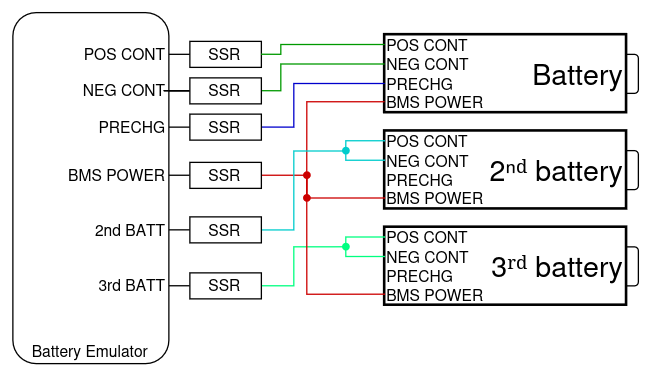
The draw.io diagram be_battery_3x_gpio.png in nagyrobi/files, before a commit. Source tidied: cells renumbered, new cells last; positions are measured from the earlier drawing's top-left corner, leaving out a move shared by most shapes.
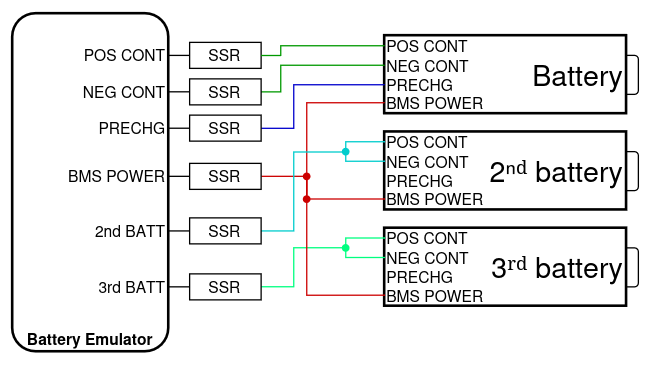
After the change.

Diff of the diagram source:
```diff
@@ -20,8 +20,8 @@
     <mxCell id="7" value="3ʳᵈ battery" style="rounded=0;whiteSpace=wrap;html=1;strokeWidth=2;fontSize=22;fontFamily=Helvetica;align=right;" parent="1" vertex="1">
       <mxGeometry x="286" y="165" width="186" height="60" as="geometry" />
     </mxCell>
-    <mxCell id="8" value="Battery Emulator" style="rounded=1;whiteSpace=wrap;html=1;miterlimit=4;verticalAlign=bottom;" parent="1" vertex="1">
-      <mxGeometry width="120" height="270" as="geometry" />
+    <mxCell id="8" value="Battery Emulator" style="rounded=1;whiteSpace=wrap;html=1;miterlimit=4;verticalAlign=bottom;fontStyle=1;strokeWidth=2;" parent="1" vertex="1">
+      <mxGeometry width="120" height="260" as="geometry" />
     </mxCell>
     <mxCell id="9" value="SSR" style="rounded=0;whiteSpace=wrap;html=1;" parent="1" vertex="1">
       <mxGeometry x="136" y="22" width="55" height="20" as="geometry" />
@@ -35,9 +35,6 @@
     <mxCell id="12" value="NEG CONT" style="text;html=1;whiteSpace=wrap;strokeColor=none;fillColor=none;align=right;verticalAlign=middle;rounded=0;" parent="1" vertex="1">
       <mxGeometry x="45" y="45" width="75" height="30" as="geometry" />
     </mxCell>
-    <mxCell id="13" style="edgeStyle=orthogonalEdgeStyle;rounded=0;jettySize=auto;html=1;endArrow=none;endFill=0;" parent="1" edge="1" source="15" target="12">
-      <mxGeometry relative="1" as="geometry" />
-    </mxCell>
     <mxCell id="14" style="edgeStyle=orthogonalEdgeStyle;rounded=0;jettySize=auto;html=1;exitX=1;exitY=0.5;exitDx=0;exitDy=0;entryX=0;entryY=0.5;entryDx=0;entryDy=0;endArrow=none;endFill=0;strokeColor=#009900;" parent="1" edge="1" source="15" target="34">
       <mxGeometry relative="1" as="geometry">
         <Array as="points">
@@ -215,5 +212,8 @@
     <mxCell id="57" style="shape=waypoint;sketch=0;fillStyle=solid;size=6;points=[];fillColor=none;perimeter=centerPerimeter;snapToPoint=1;strokeColor=#00FF80;" parent="1" vertex="1">
       <mxGeometry x="246" y="170" width="20" height="20" as="geometry" />
     </mxCell>
+    <mxCell id="58" style="endArrow=none;html=1;rounded=0;entryX=0;entryY=0.5;entryDx=0;entryDy=0;exitX=1;exitY=0.5;exitDx=0;exitDy=0;" parent="1" edge="1" source="12" target="15">
+      <mxGeometry relative="1" as="geometry" />
+    </mxCell>
   </root>
 </mxGraphModel>
```
